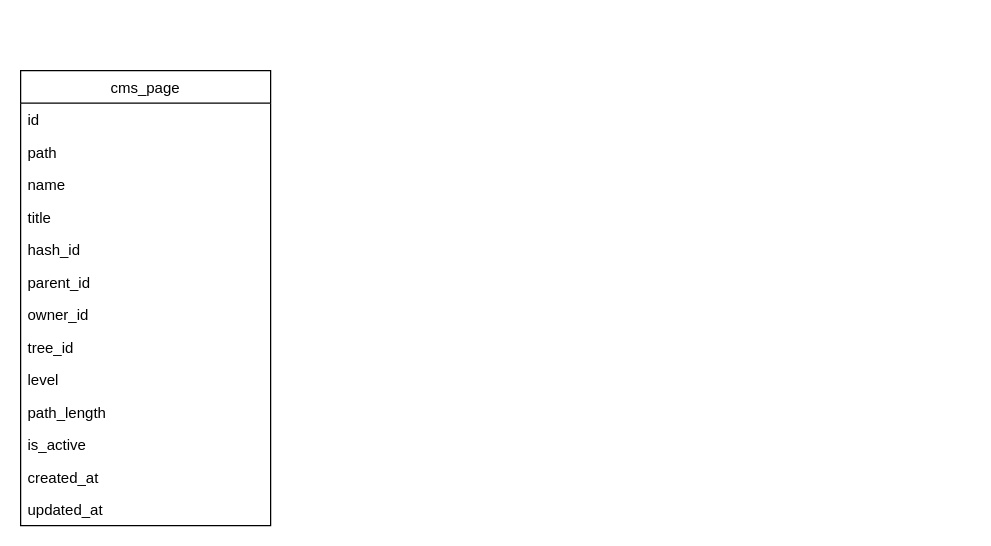
This is Untitled Diagram.drawio from snu1743/yii2-flcms, a draw.io file, before an edit. Source tidied: cells renumbered, new cells numbered last; positions are measured from the earlier drawing's top-left corner, leaving out a move shared by most shapes. Both pictures are drawn from the tidied source at 125%, with x=0, y=0 at pixel (20, 70).
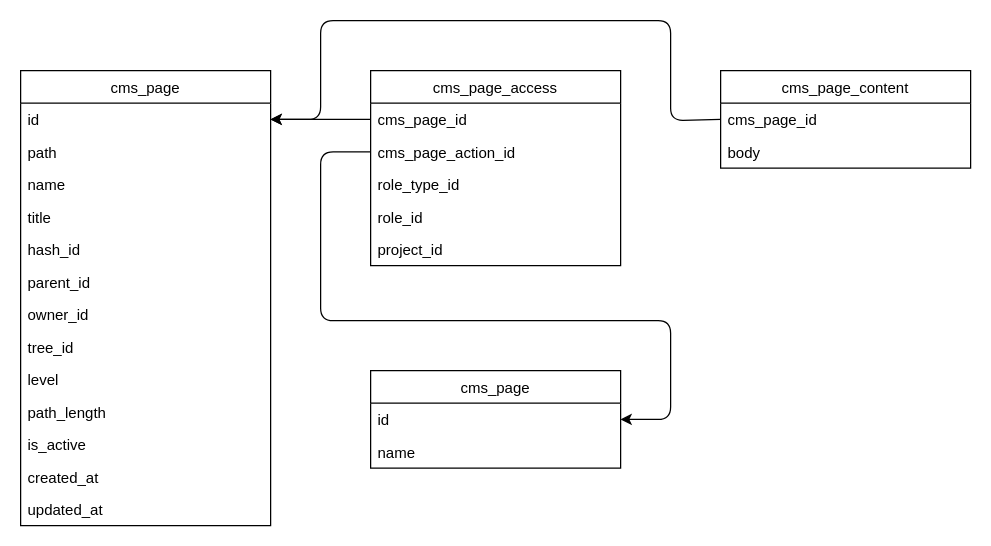
After the change.

Commit message (it also covers changes not shown here):
yii-flcms

Unchanged cells that the change refers to:
```xml
<mxCell id="3" value="id" style="text;strokeColor=none;fillColor=none;align=left;verticalAlign=top;spacingLeft=4;spacingRight=4;overflow=hidden;points=[[0,0.5],[1,0.5]];portConstraint=eastwest;" parent="2" vertex="1">
  <mxGeometry y="26" width="200" height="26" as="geometry" />
</mxCell>
```

The edit, as a diff of the source:
```diff
@@
+    <mxCell id="16" value="cms_page_access" style="swimlane;fontStyle=0;horizontal=1;startSize=26;" parent="1" vertex="1">
+      <mxGeometry x="280" width="200" height="156" as="geometry" />
+    </mxCell>
+    <mxCell id="17" value="cms_page_id" style="text;strokeColor=none;fillColor=none;align=left;verticalAlign=top;spacingLeft=4;spacingRight=4;overflow=hidden;points=[[0,0.5],[1,0.5]];portConstraint=eastwest;" parent="16" vertex="1">
+      <mxGeometry y="26" width="200" height="26" as="geometry" />
+    </mxCell>
+    <mxCell id="18" value="cms_page_action_id" style="text;strokeColor=none;fillColor=none;align=left;verticalAlign=top;spacingLeft=4;spacingRight=4;overflow=hidden;points=[[0,0.5],[1,0.5]];portConstraint=eastwest;" parent="16" vertex="1">
+      <mxGeometry y="52" width="200" height="26" as="geometry" />
+    </mxCell>
+    <mxCell id="19" value="role_type_id" style="text;strokeColor=none;fillColor=none;align=left;verticalAlign=top;spacingLeft=4;spacingRight=4;overflow=hidden;" parent="16" vertex="1">
+      <mxGeometry y="78" width="200" height="26" as="geometry" />
+    </mxCell>
+    <mxCell id="20" value="role_id" style="text;strokeColor=none;fillColor=none;align=left;verticalAlign=top;spacingLeft=4;spacingRight=4;overflow=hidden;" parent="16" vertex="1">
+      <mxGeometry y="104" width="200" height="26" as="geometry" />
+    </mxCell>
+    <mxCell id="21" value="project_id" style="text;strokeColor=none;fillColor=none;align=left;verticalAlign=top;spacingLeft=4;spacingRight=4;overflow=hidden;" parent="16" vertex="1">
+      <mxGeometry y="130" width="200" height="26" as="geometry" />
+    </mxCell>
+    <mxCell id="22" style="endArrow=classic;html=1;exitX=0;exitY=0.5;exitDx=0;exitDy=0;entryX=1;entryY=0.5;entryDx=0;entryDy=0;" parent="1" edge="1" source="17" target="3">
+      <mxGeometry relative="1" as="geometry" />
+    </mxCell>
+    <mxCell id="23" value="cms_page" style="swimlane;fontStyle=0;horizontal=1;startSize=26;" parent="1" vertex="1">
+      <mxGeometry x="280" y="240" width="200" height="78" as="geometry" />
+    </mxCell>
+    <mxCell id="24" value="id" style="text;strokeColor=none;fillColor=none;align=left;verticalAlign=top;spacingLeft=4;spacingRight=4;overflow=hidden;points=[[0,0.5],[1,0.5]];portConstraint=eastwest;" parent="23" vertex="1">
+      <mxGeometry y="26" width="200" height="26" as="geometry" />
+    </mxCell>
+    <mxCell id="25" value="name" style="text;strokeColor=none;fillColor=none;align=left;verticalAlign=top;spacingLeft=4;spacingRight=4;overflow=hidden;" parent="23" vertex="1">
+      <mxGeometry y="52" width="200" height="26" as="geometry" />
+    </mxCell>
+    <mxCell id="26" style="endArrow=classic;html=1;exitX=0;exitY=0.5;exitDx=0;exitDy=0;entryX=1;entryY=0.5;entryDx=0;entryDy=0;" parent="1" edge="1" source="18" target="24">
+      <mxGeometry relative="1" as="geometry">
+        <Array as="points">
+          <mxPoint x="240" y="65" />
+          <mxPoint x="240" y="200" />
+          <mxPoint x="520" y="200" />
+          <mxPoint x="520" y="279" />
+        </Array>
+      </mxGeometry>
+    </mxCell>
+    <mxCell id="27" value="cms_page_content" style="swimlane;fontStyle=0;horizontal=1;startSize=26;" parent="1" vertex="1">
+      <mxGeometry x="560" width="200" height="78" as="geometry" />
+    </mxCell>
+    <mxCell id="28" value="cms_page_id" style="text;strokeColor=none;fillColor=none;align=left;verticalAlign=top;spacingLeft=4;spacingRight=4;overflow=hidden;points=[[0,0.5],[1,0.5]];portConstraint=eastwest;" parent="27" vertex="1">
+      <mxGeometry y="26" width="200" height="26" as="geometry" />
+    </mxCell>
+    <mxCell id="29" value="body" style="text;strokeColor=none;fillColor=none;align=left;verticalAlign=top;spacingLeft=4;spacingRight=4;overflow=hidden;" parent="27" vertex="1">
+      <mxGeometry y="52" width="200" height="26" as="geometry" />
+    </mxCell>
+    <mxCell id="30" style="endArrow=classic;html=1;exitX=0;exitY=0.5;exitDx=0;exitDy=0;entryX=1;entryY=0.5;entryDx=0;entryDy=0;" parent="1" edge="1" source="28" target="3">
+      <mxGeometry relative="1" as="geometry">
+        <Array as="points">
+          <mxPoint x="520" y="40" />
+          <mxPoint x="520" y="-40" />
+          <mxPoint x="240" y="-40" />
+          <mxPoint x="240" y="39" />
+        </Array>
+      </mxGeometry>
+    </mxCell>
```
